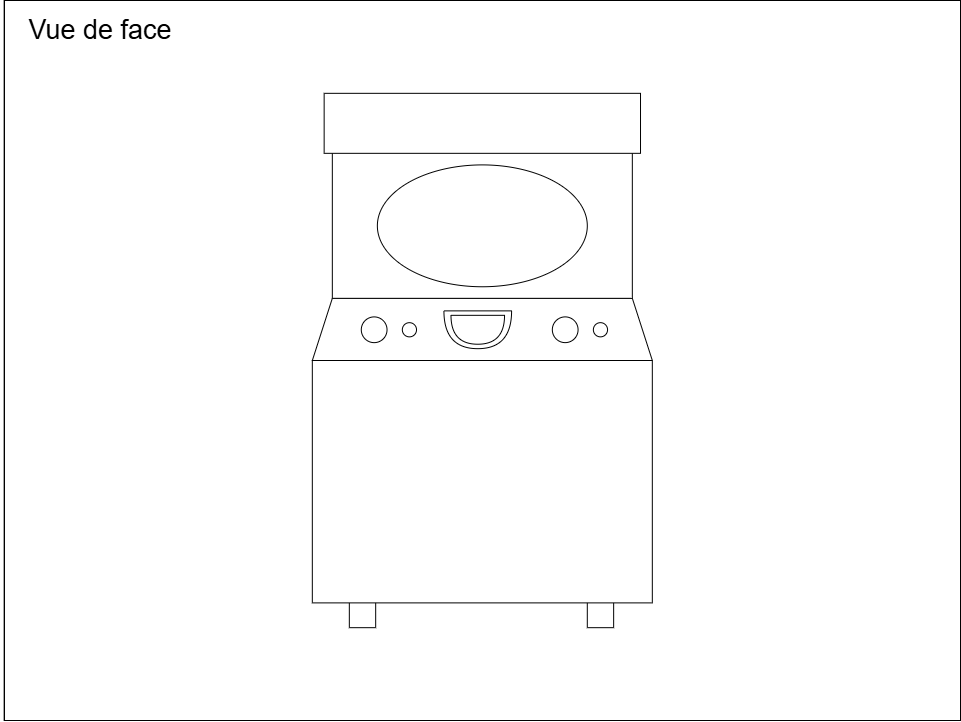
Above: technique/plan_implantation_01.drawio.png in deux-intelligence/deux-neurones (draw.io), before the change. Source tidied: cells renumbered, new cells last; positions are measured from the earlier drawing's top-left corner, leaving out a move shared by most shapes.
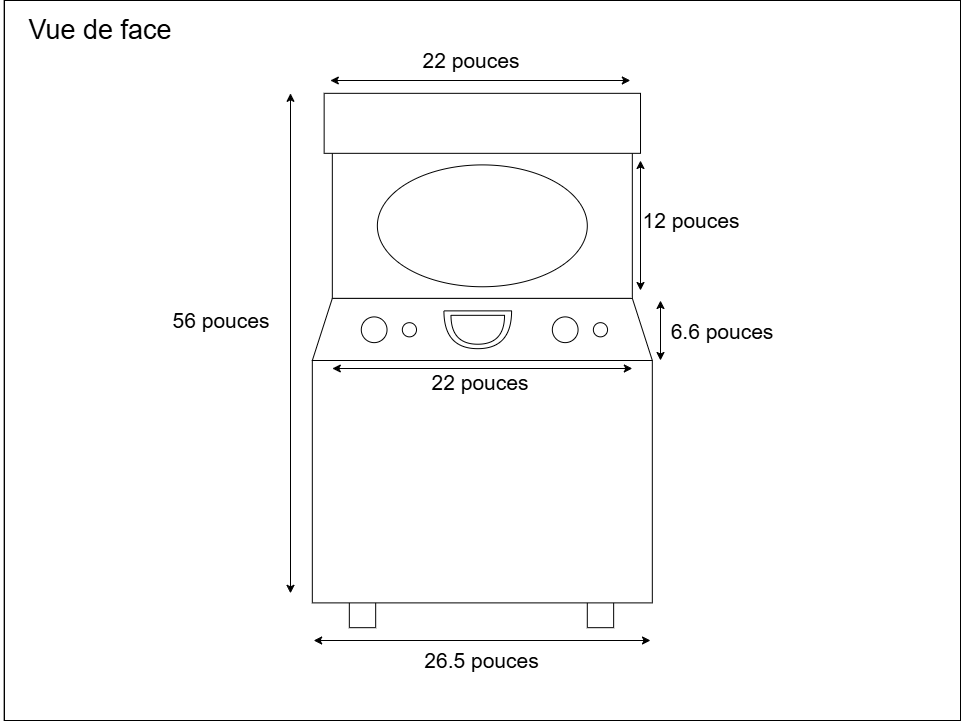
Later version of the same file.

Commit message:
Ajout des mesures au plan d'implantation (vue de face)

The edit, as a diff of the source:
```diff
@@ -47,8 +47,62 @@
     <mxCell id="16" style="rounded=0;whiteSpace=wrap;html=1;" parent="3" vertex="1">
       <mxGeometry x="308.2" y="360" width="340" height="242.4" as="geometry" />
     </mxCell>
+    <mxCell id="18" value="22 pouces" style="text;html=1;whiteSpace=wrap;strokeColor=none;fillColor=none;align=center;verticalAlign=middle;rounded=0;fontSize=21;" parent="3" vertex="1">
+      <mxGeometry x="425.4" y="372" width="101.5" height="20" as="geometry" />
+    </mxCell>
+    <mxCell id="19" style="endArrow=classic;startArrow=classic;html=1;exitX=0.142;exitY=0.124;exitDx=0;exitDy=0;exitPerimeter=0;" parent="3" edge="1">
+      <mxGeometry relative="1" as="geometry">
+        <mxPoint x="328.2" y="368" as="sourcePoint" />
+        <mxPoint x="628.2" y="368" as="targetPoint" />
+      </mxGeometry>
+    </mxCell>
+    <mxCell id="20" style="endArrow=classic;startArrow=classic;html=1;" parent="3" edge="1">
+      <mxGeometry relative="1" as="geometry">
+        <mxPoint x="656.4" y="360" as="sourcePoint" />
+        <mxPoint x="656.4" y="300" as="targetPoint" />
+      </mxGeometry>
+    </mxCell>
+    <mxCell id="21" style="endArrow=classic;startArrow=classic;html=1;exitX=0.142;exitY=0.124;exitDx=0;exitDy=0;exitPerimeter=0;" parent="3" edge="1">
+      <mxGeometry relative="1" as="geometry">
+        <mxPoint x="326.2" y="80" as="sourcePoint" />
+        <mxPoint x="626.2" y="80" as="targetPoint" />
+      </mxGeometry>
+    </mxCell>
+    <mxCell id="22" style="endArrow=classic;startArrow=classic;html=1;" parent="3" edge="1">
+      <mxGeometry relative="1" as="geometry">
+        <mxPoint x="286.4" y="592.8" as="sourcePoint" />
+        <mxPoint x="286.4" y="92.8" as="targetPoint" />
+      </mxGeometry>
+    </mxCell>
+    <mxCell id="23" style="endArrow=classic;startArrow=classic;html=1;exitX=0.142;exitY=0.124;exitDx=0;exitDy=0;exitPerimeter=0;" parent="3" edge="1">
+      <mxGeometry relative="1" as="geometry">
+        <mxPoint x="309.5" y="640" as="sourcePoint" />
+        <mxPoint x="646.4" y="640" as="targetPoint" />
+      </mxGeometry>
+    </mxCell>
+    <mxCell id="24" value="26.5 pouces" style="text;html=1;whiteSpace=wrap;strokeColor=none;fillColor=none;align=center;verticalAlign=middle;rounded=0;fontSize=21;" parent="3" vertex="1">
+      <mxGeometry x="414.6" y="650" width="127.2" height="20" as="geometry" />
+    </mxCell>
     <mxCell id="17" value="Vue de face" style="text;html=1;whiteSpace=wrap;strokeColor=none;fillColor=none;align=center;verticalAlign=middle;rounded=0;fontSize=27;" parent="1" vertex="1">
       <mxGeometry width="200" height="60" as="geometry" />
     </mxCell>
+    <mxCell id="25" value="6.6 pouces" style="text;html=1;whiteSpace=wrap;strokeColor=none;fillColor=none;align=center;verticalAlign=middle;rounded=0;fontSize=21;" parent="1" vertex="1">
+      <mxGeometry x="667" y="321" width="110" height="20" as="geometry" />
+    </mxCell>
+    <mxCell id="26" style="endArrow=classic;startArrow=classic;html=1;" parent="1" edge="1">
+      <mxGeometry relative="1" as="geometry">
+        <mxPoint x="640" y="290" as="sourcePoint" />
+        <mxPoint x="640" y="160" as="targetPoint" />
+      </mxGeometry>
+    </mxCell>
+    <mxCell id="27" value="12 pouces" style="text;html=1;whiteSpace=wrap;strokeColor=none;fillColor=none;align=center;verticalAlign=middle;rounded=0;fontSize=21;" parent="1" vertex="1">
+      <mxGeometry x="640" y="210" width="101.5" height="20" as="geometry" />
+    </mxCell>
+    <mxCell id="28" value="22 pouces" style="text;html=1;whiteSpace=wrap;strokeColor=none;fillColor=none;align=center;verticalAlign=middle;rounded=0;fontSize=21;" parent="1" vertex="1">
+      <mxGeometry x="420" y="50" width="101.5" height="20" as="geometry" />
+    </mxCell>
+    <mxCell id="29" value="56 pouces" style="text;html=1;whiteSpace=wrap;strokeColor=none;fillColor=none;align=center;verticalAlign=middle;rounded=0;fontSize=21;" parent="1" vertex="1">
+      <mxGeometry x="170" y="310" width="101.5" height="20" as="geometry" />
+    </mxCell>
   </root>
 </mxGraphModel>
```
